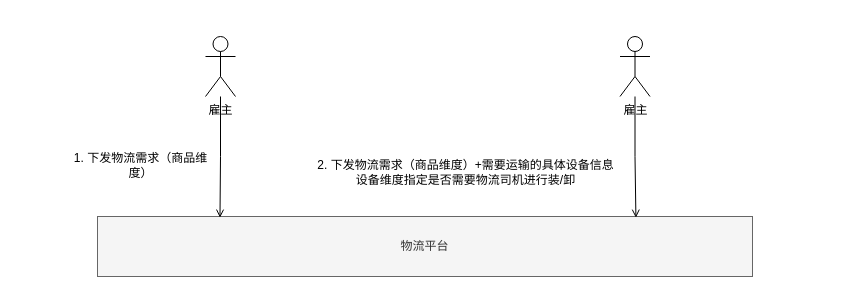
This is page "Page-4" (4 of 4) of 物流.drawio from lokiworks/drawio, a draw.io file, before an edit. Source tidied: cells renumbered, new cells numbered last; positions are measured from the earlier drawing's top-left corner, leaving out a move shared by most shapes. Both pictures are drawn from the tidied source at 100%, with x=0, y=0 at pixel (66, 36).
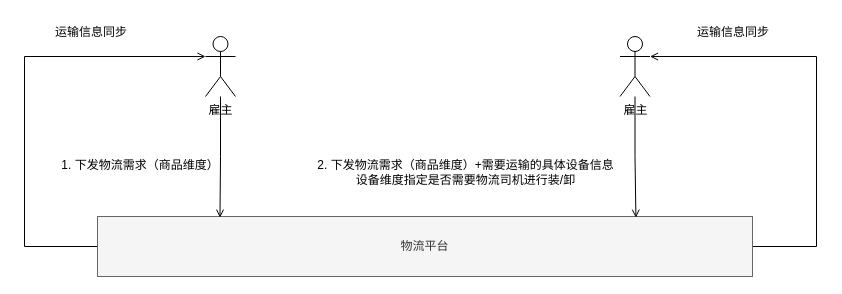
Above is the later version.

Diff of the diagram source:
```diff
@@
 <mxGraphModel>
   <root>
     <mxCell id="0" />
     <mxCell id="1" parent="0" />
+    <mxCell id="9" style="edgeStyle=orthogonalEdgeStyle;rounded=0;jettySize=auto;html=1;exitX=1;exitY=0.5;exitDx=0;exitDy=0;entryX=1;entryY=0.3333333333333333;entryDx=0;entryDy=0;entryPerimeter=0;endArrow=open;endFill=0;" parent="1" edge="1" source="2" target="6">
+      <mxGeometry relative="1" as="geometry">
+        <Array as="points">
+          <mxPoint x="750" y="210" />
+          <mxPoint x="750" y="20" />
+        </Array>
+      </mxGeometry>
+    </mxCell>
+    <mxCell id="10" style="edgeStyle=orthogonalEdgeStyle;rounded=0;jettySize=auto;html=1;exitX=0;exitY=0.5;exitDx=0;exitDy=0;entryX=0;entryY=0.3333333333333333;entryDx=0;entryDy=0;entryPerimeter=0;endArrow=open;endFill=0;" parent="1" edge="1" source="2" target="4">
+      <mxGeometry relative="1" as="geometry">
+        <Array as="points">
+          <mxPoint x="-42" y="210" />
+          <mxPoint x="-42" y="20" />
+        </Array>
+      </mxGeometry>
+    </mxCell>
     <mxCell id="2" value="物流平台" style="rounded=0;whiteSpace=wrap;html=1;fillColor=#f5f5f5;strokeColor=#666666;fontColor=#333333;" parent="1" vertex="1">
       <mxGeometry x="31" y="180" width="655" height="60" as="geometry" />
     </mxCell>
     <mxCell id="3" style="edgeStyle=orthogonalEdgeStyle;rounded=0;jettySize=auto;html=1;entryX=0.187;entryY=0.02;entryDx=0;entryDy=0;entryPerimeter=0;endArrow=open;endFill=0;" parent="1" edge="1" source="4" target="2">
       <mxGeometry relative="1" as="geometry" />
     </mxCell>
     <mxCell id="4" value="雇主" style="shape=umlActor;verticalLabelPosition=bottom;verticalAlign=top;html=1;outlineConnect=0;" parent="1" vertex="1">
       <mxGeometry x="139" width="30" height="60" as="geometry" />
     </mxCell>
     <mxCell id="5" style="edgeStyle=orthogonalEdgeStyle;rounded=0;jettySize=auto;html=1;entryX=0.822;entryY=0.02;entryDx=0;entryDy=0;entryPerimeter=0;endArrow=open;endFill=0;" parent="1" edge="1" source="6" target="2">
       <mxGeometry relative="1" as="geometry" />
     </mxCell>
     <mxCell id="6" value="雇主" style="shape=umlActor;verticalLabelPosition=bottom;verticalAlign=top;html=1;outlineConnect=0;" parent="1" vertex="1">
       <mxGeometry x="553.5" width="30" height="60" as="geometry" />
     </mxCell>
     <mxCell id="7" value="1. 下发物流需求（商品维度）" style="text;html=1;strokeColor=none;fillColor=none;align=center;verticalAlign=middle;whiteSpace=wrap;rounded=0;" parent="1" vertex="1">
-      <mxGeometry y="114" width="149" height="30" as="geometry" />
+      <mxGeometry x="-21" y="114" width="190" height="30" as="geometry" />
     </mxCell>
     <mxCell id="8" value="2. 下发物流需求（商品维度）+需要运输的具体设备信息&lt;br&gt;设备维度指定是否需要物流司机进行装/卸" style="text;html=1;strokeColor=none;fillColor=none;align=center;verticalAlign=middle;whiteSpace=wrap;rounded=0;" parent="1" vertex="1">
       <mxGeometry x="233" y="121" width="333" height="30" as="geometry" />
     </mxCell>
+    <mxCell id="11" value="运输信息同步" style="text;html=1;strokeColor=none;fillColor=none;align=center;verticalAlign=middle;whiteSpace=wrap;rounded=0;" parent="1" vertex="1">
+      <mxGeometry x="-21" y="-19" width="92" height="30" as="geometry" />
+    </mxCell>
+    <mxCell id="12" value="运输信息同步" style="text;html=1;strokeColor=none;fillColor=none;align=center;verticalAlign=middle;whiteSpace=wrap;rounded=0;" parent="1" vertex="1">
+      <mxGeometry x="621" y="-19" width="92" height="30" as="geometry" />
+    </mxCell>
   </root>
 </mxGraphModel>
```
